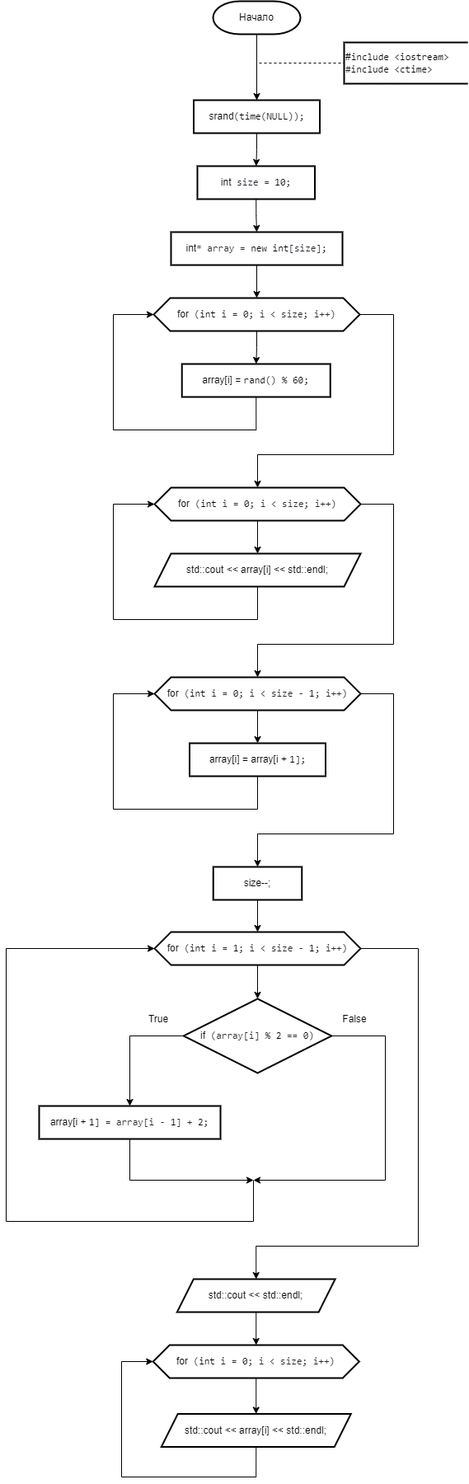
Before: Labs/4 Лаба/№2 Работа с одномерными массивами.png, a diagram exported from draw.io (IlyaFedoseev227/LABS-PNRPU-IVT-22-1b). Source tidied: cells renumbered, new cells last; positions are measured from the earlier drawing's top-left corner, leaving out a move shared by most shapes.
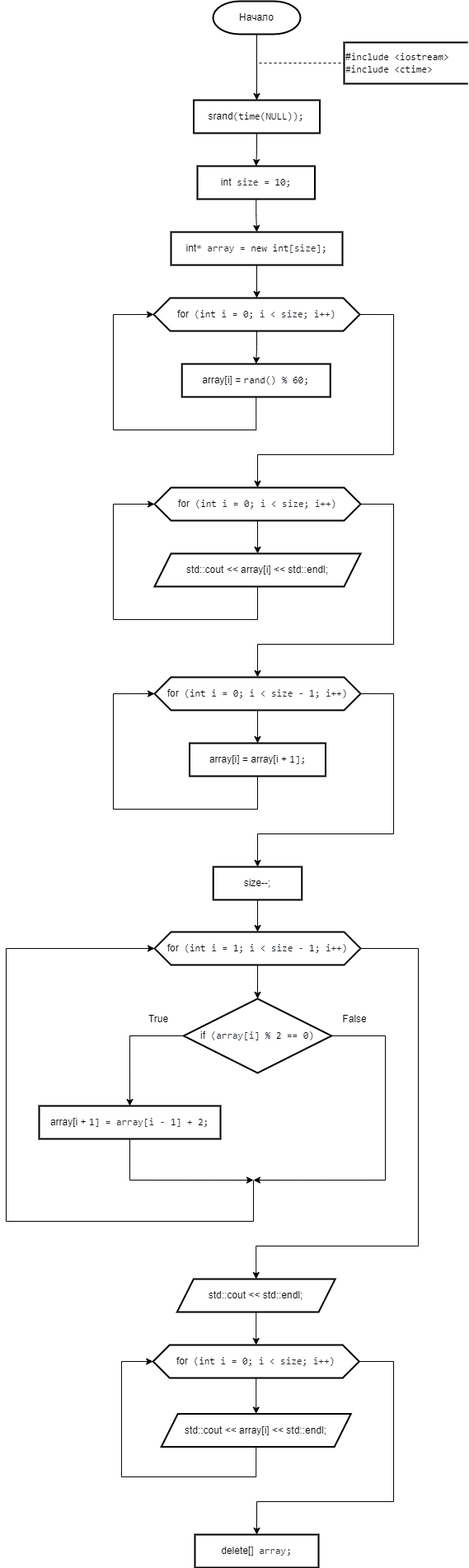
The same file after the commit.

What changed in the source:
```diff
@@ -189,6 +189,15 @@
     <mxCell id="42" style="edgeStyle=orthogonalEdgeStyle;rounded=0;jettySize=auto;html=1;exitX=0.5;exitY=1;exitDx=0;exitDy=0;entryX=0.5;entryY=0;entryDx=0;entryDy=0;" parent="1" edge="1" source="43" target="45">
       <mxGeometry relative="1" as="geometry" />
     </mxCell>
+    <mxCell id="46" style="edgeStyle=orthogonalEdgeStyle;rounded=0;jettySize=auto;html=1;exitX=1;exitY=0.5;exitDx=0;exitDy=0;entryX=0.5;entryY=0;entryDx=0;entryDy=0;" parent="1" edge="1" source="43" target="47">
+      <mxGeometry relative="1" as="geometry">
+        <Array as="points">
+          <mxPoint x="470" y="1650" />
+          <mxPoint x="470" y="1820" />
+          <mxPoint x="304" y="1820" />
+        </Array>
+      </mxGeometry>
+    </mxCell>
     <mxCell id="43" value="for&lt;span style=&quot;color: rgb(36, 41, 47); font-family: ui-monospace, SFMono-Regular, &amp;quot;SF Mono&amp;quot;, Menlo, Consolas, &amp;quot;Liberation Mono&amp;quot;, monospace; text-align: start; background-color: rgb(255, 255, 255);&quot;&gt; (&lt;/span&gt;&lt;span style=&quot;box-sizing: border-box; color: var(--color-prettylights-syntax-keyword); font-family: ui-monospace, SFMono-Regular, &amp;quot;SF Mono&amp;quot;, Menlo, Consolas, &amp;quot;Liberation Mono&amp;quot;, monospace; text-align: start; background-color: rgb(255, 255, 255);&quot; class=&quot;pl-k&quot;&gt;int&lt;/span&gt;&lt;span style=&quot;color: rgb(36, 41, 47); font-family: ui-monospace, SFMono-Regular, &amp;quot;SF Mono&amp;quot;, Menlo, Consolas, &amp;quot;Liberation Mono&amp;quot;, monospace; text-align: start; background-color: rgb(255, 255, 255);&quot;&gt; i = &lt;/span&gt;&lt;span style=&quot;box-sizing: border-box; color: var(--color-prettylights-syntax-constant); font-family: ui-monospace, SFMono-Regular, &amp;quot;SF Mono&amp;quot;, Menlo, Consolas, &amp;quot;Liberation Mono&amp;quot;, monospace; text-align: start; background-color: rgb(255, 255, 255);&quot; class=&quot;pl-c1&quot;&gt;0&lt;/span&gt;&lt;span style=&quot;color: rgb(36, 41, 47); font-family: ui-monospace, SFMono-Regular, &amp;quot;SF Mono&amp;quot;, Menlo, Consolas, &amp;quot;Liberation Mono&amp;quot;, monospace; text-align: start; background-color: rgb(255, 255, 255);&quot;&gt;; i &amp;lt; size; i++)&lt;/span&gt;" style="shape=hexagon;perimeter=hexagonPerimeter2;whiteSpace=wrap;html=1;fixedSize=1;strokeWidth=2;" parent="1" vertex="1">
       <mxGeometry x="178.2" y="1630" width="250" height="40" as="geometry" />
     </mxCell>
@@ -204,5 +213,8 @@
     <mxCell id="45" value="&lt;div style=&quot;text-align: start;&quot;&gt;std::cout &amp;lt;&amp;lt; array[i] &amp;lt;&amp;lt; std::endl;&lt;br&gt;&lt;/div&gt;" style="shape=parallelogram;perimeter=parallelogramPerimeter;whiteSpace=wrap;html=1;fixedSize=1;strokeWidth=2;size=20;" parent="1" vertex="1">
       <mxGeometry x="188.2" y="1713.5" width="230" height="40" as="geometry" />
     </mxCell>
+    <mxCell id="47" value="delete[]&lt;span style=&quot;color: rgb(36, 41, 47); font-family: ui-monospace, SFMono-Regular, &amp;quot;SF Mono&amp;quot;, Menlo, Consolas, &amp;quot;Liberation Mono&amp;quot;, monospace; text-align: start; background-color: rgb(255, 255, 255);&quot;&gt; array;&lt;/span&gt;" style="shape=parallelogram;perimeter=parallelogramPerimeter;whiteSpace=wrap;html=1;fixedSize=1;strokeWidth=2;size=-6;" parent="1" vertex="1">
+      <mxGeometry x="229" y="1860" width="150" height="40" as="geometry" />
+    </mxCell>
   </root>
 </mxGraphModel>
```
